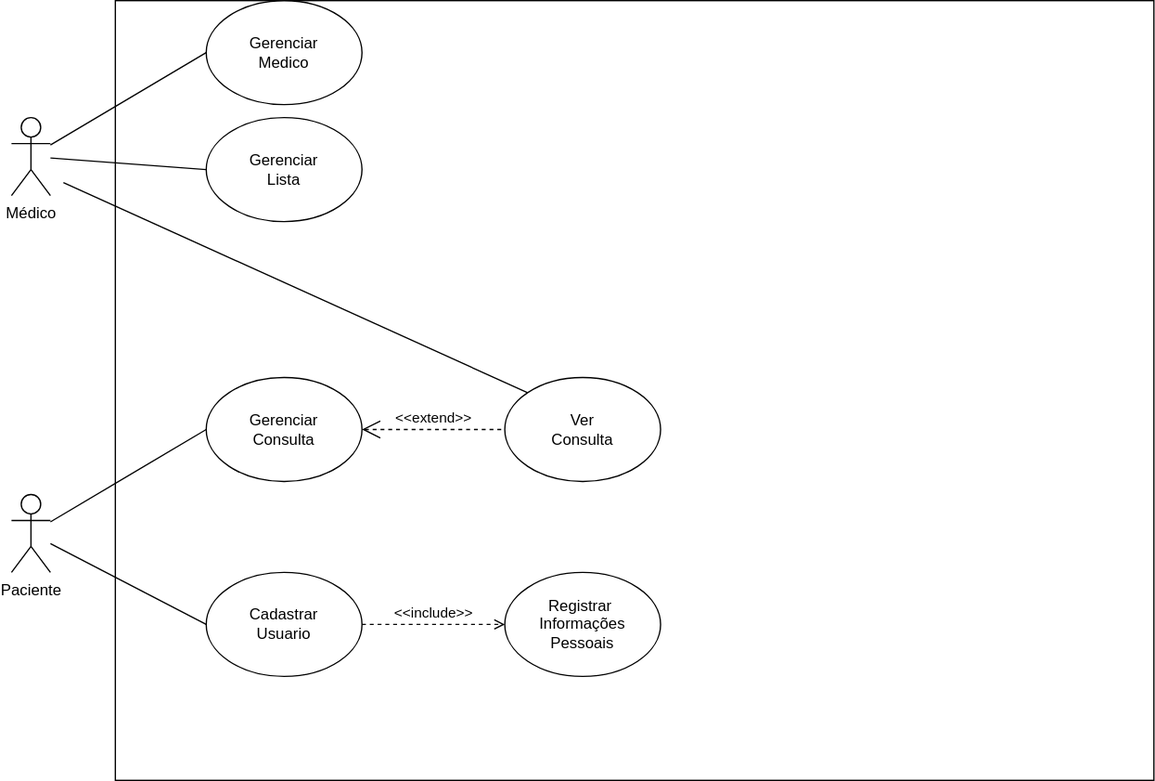
Above: Diagramas/CasosDeUso.svg in cassiovittori/Projeto_MPS (draw.io), before the change. Source tidied: cells renumbered, new cells last; positions are measured from the earlier drawing's top-left corner, leaving out a move shared by most shapes. Source of this version:
```xml
<mxGraphModel>
  <root>
    <mxCell id="0" />
    <mxCell id="1" parent="0" />
    <mxCell id="2" style="whiteSpace=wrap;html=1;" parent="1" vertex="1">
      <mxGeometry x="80" width="800" height="600" as="geometry" />
    </mxCell>
    <mxCell id="3" value="Médico" style="shape=umlActor;verticalLabelPosition=bottom;verticalAlign=top;html=1;outlineConnect=0;" parent="1" vertex="1">
      <mxGeometry y="90" width="30" height="60" as="geometry" />
    </mxCell>
    <mxCell id="4" value="Gerenciar&lt;div&gt;Medico&lt;/div&gt;" style="ellipse;whiteSpace=wrap;html=1;" parent="1" vertex="1">
      <mxGeometry x="150" width="120" height="80" as="geometry" />
    </mxCell>
    <mxCell id="5" style="endArrow=none;html=1;rounded=0;entryX=0;entryY=0.5;entryDx=0;entryDy=0;" parent="1" edge="1" source="3" target="4">
      <mxGeometry relative="1" as="geometry" />
    </mxCell>
    <mxCell id="6" value="&lt;div&gt;Paciente&lt;/div&gt;" style="shape=umlActor;verticalLabelPosition=bottom;verticalAlign=top;html=1;outlineConnect=0;" parent="1" vertex="1">
      <mxGeometry y="380" width="30" height="60" as="geometry" />
    </mxCell>
    <mxCell id="7" value="Cadastrar&lt;div&gt;Usuario&lt;/div&gt;" style="ellipse;whiteSpace=wrap;html=1;" parent="1" vertex="1">
      <mxGeometry x="150" y="440" width="120" height="80" as="geometry" />
    </mxCell>
    <mxCell id="8" style="endArrow=none;html=1;rounded=0;entryX=0;entryY=0.5;entryDx=0;entryDy=0;" parent="1" edge="1" source="6" target="7">
      <mxGeometry relative="1" as="geometry" />
    </mxCell>
    <mxCell id="9" value="Gerenciar&lt;div&gt;Lista&lt;/div&gt;" style="ellipse;whiteSpace=wrap;html=1;" parent="1" vertex="1">
      <mxGeometry x="150" y="90" width="120" height="80" as="geometry" />
    </mxCell>
    <mxCell id="10" value="Registrar&amp;nbsp;&lt;div&gt;Informações&lt;/div&gt;&lt;div&gt;Pessoais&lt;/div&gt;" style="ellipse;whiteSpace=wrap;html=1;" parent="1" vertex="1">
      <mxGeometry x="380" y="440" width="120" height="80" as="geometry" />
    </mxCell>
    <mxCell id="11" value="Gerenciar&lt;div&gt;Consulta&lt;/div&gt;" style="ellipse;whiteSpace=wrap;html=1;" parent="1" vertex="1">
      <mxGeometry x="150" y="290" width="120" height="80" as="geometry" />
    </mxCell>
    <mxCell id="12" style="endArrow=none;html=1;rounded=0;entryX=0;entryY=0.5;entryDx=0;entryDy=0;" parent="1" edge="1" source="6" target="11">
      <mxGeometry relative="1" as="geometry" />
    </mxCell>
    <mxCell id="13" style="endArrow=none;html=1;rounded=0;entryX=0;entryY=0.5;entryDx=0;entryDy=0;" parent="1" edge="1" source="3" target="9">
      <mxGeometry relative="1" as="geometry" />
    </mxCell>
    <mxCell id="14" value="&amp;lt;&amp;lt;include&amp;gt;&amp;gt;" style="html=1;verticalAlign=bottom;labelBackgroundColor=none;endArrow=open;endFill=0;dashed=1;rounded=0;exitX=1;exitY=0.5;exitDx=0;exitDy=0;entryX=0;entryY=0.5;entryDx=0;entryDy=0;" parent="1" edge="1" source="7" target="10">
      <mxGeometry relative="1" as="geometry" />
    </mxCell>
    <mxCell id="15" value="Ver&lt;div&gt;Consulta&lt;/div&gt;" style="ellipse;whiteSpace=wrap;html=1;" parent="1" vertex="1">
      <mxGeometry x="380" y="290" width="120" height="80" as="geometry" />
    </mxCell>
    <mxCell id="16" value="&amp;lt;&amp;lt;extend&amp;gt;&amp;gt;" style="edgeStyle=none;html=1;startArrow=open;endArrow=none;startSize=12;verticalAlign=bottom;dashed=1;labelBackgroundColor=none;rounded=0;" parent="1" edge="1">
      <mxGeometry relative="1" as="geometry">
        <mxPoint x="270" y="330" as="sourcePoint" />
        <mxPoint x="380" y="330" as="targetPoint" />
      </mxGeometry>
    </mxCell>
    <mxCell id="17" style="endArrow=none;html=1;rounded=0;entryX=0;entryY=0;entryDx=0;entryDy=0;" parent="1" edge="1" target="15">
      <mxGeometry relative="1" as="geometry">
        <mxPoint x="40" y="140" as="sourcePoint" />
      </mxGeometry>
    </mxCell>
  </root>
</mxGraphModel>
```
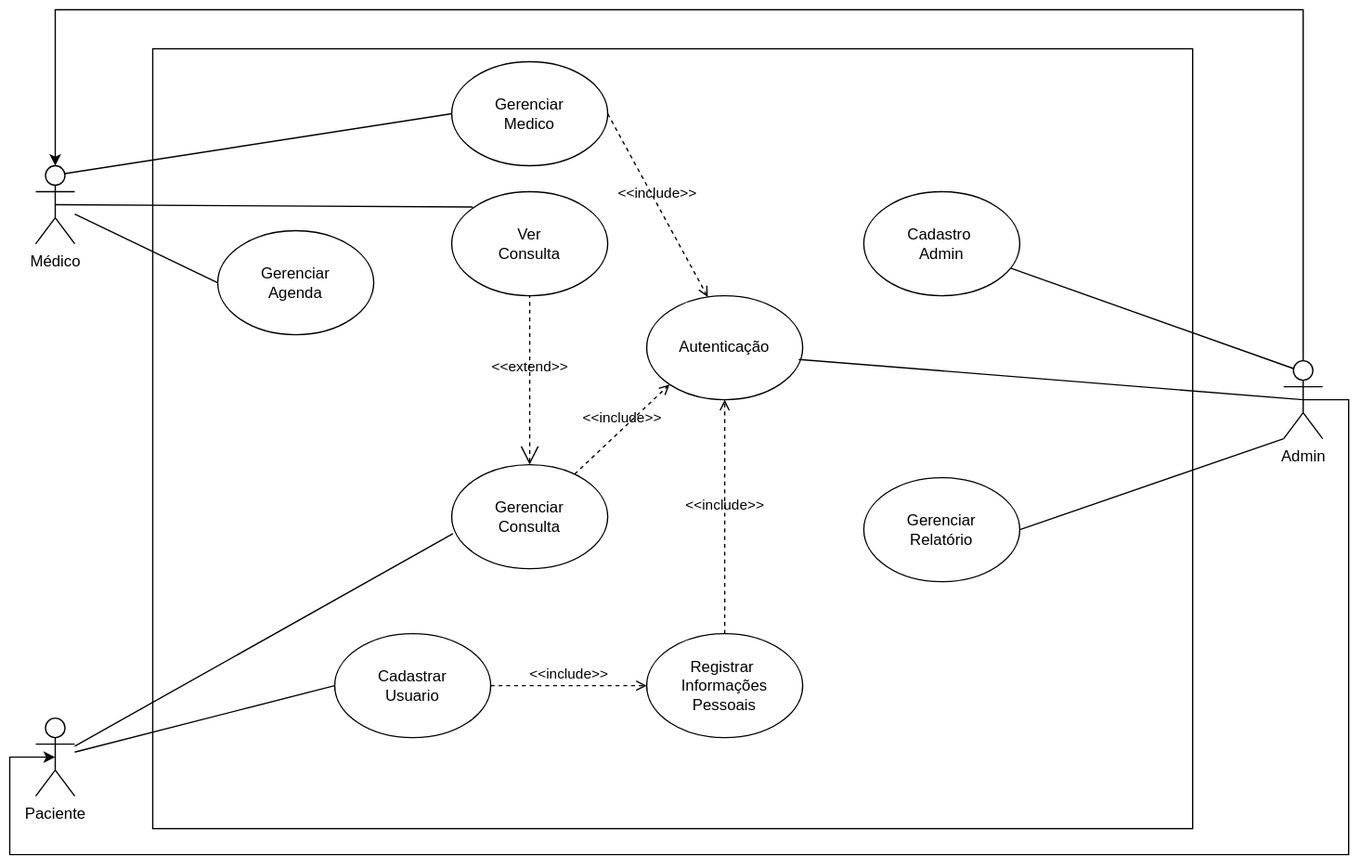
The same diagram one commit later.

Commit message:
Atualização Diagramas

What changed in the source:
```diff
@@ -3,36 +3,36 @@
     <mxCell id="0" />
     <mxCell id="1" parent="0" />
     <mxCell id="2" style="whiteSpace=wrap;html=1;" parent="1" vertex="1">
-      <mxGeometry x="80" width="800" height="600" as="geometry" />
+      <mxGeometry x="90" y="240" width="800" height="600" as="geometry" />
     </mxCell>
     <mxCell id="3" value="Médico" style="shape=umlActor;verticalLabelPosition=bottom;verticalAlign=top;html=1;outlineConnect=0;" parent="1" vertex="1">
-      <mxGeometry y="90" width="30" height="60" as="geometry" />
+      <mxGeometry y="330" width="30" height="60" as="geometry" />
     </mxCell>
     <mxCell id="4" value="Gerenciar&lt;div&gt;Medico&lt;/div&gt;" style="ellipse;whiteSpace=wrap;html=1;" parent="1" vertex="1">
-      <mxGeometry x="150" width="120" height="80" as="geometry" />
+      <mxGeometry x="320" y="250" width="120" height="80" as="geometry" />
     </mxCell>
-    <mxCell id="5" style="endArrow=none;html=1;rounded=0;entryX=0;entryY=0.5;entryDx=0;entryDy=0;" parent="1" edge="1" source="3" target="4">
+    <mxCell id="5" style="endArrow=none;html=1;rounded=0;entryX=0;entryY=0.5;entryDx=0;entryDy=0;exitX=0.75;exitY=0.1;exitDx=0;exitDy=0;exitPerimeter=0;" parent="1" edge="1" source="3" target="4">
       <mxGeometry relative="1" as="geometry" />
     </mxCell>
     <mxCell id="6" value="&lt;div&gt;Paciente&lt;/div&gt;" style="shape=umlActor;verticalLabelPosition=bottom;verticalAlign=top;html=1;outlineConnect=0;" parent="1" vertex="1">
-      <mxGeometry y="380" width="30" height="60" as="geometry" />
+      <mxGeometry y="755" width="30" height="60" as="geometry" />
     </mxCell>
     <mxCell id="7" value="Cadastrar&lt;div&gt;Usuario&lt;/div&gt;" style="ellipse;whiteSpace=wrap;html=1;" parent="1" vertex="1">
-      <mxGeometry x="150" y="440" width="120" height="80" as="geometry" />
+      <mxGeometry x="230" y="690" width="120" height="80" as="geometry" />
     </mxCell>
     <mxCell id="8" style="endArrow=none;html=1;rounded=0;entryX=0;entryY=0.5;entryDx=0;entryDy=0;" parent="1" edge="1" source="6" target="7">
       <mxGeometry relative="1" as="geometry" />
     </mxCell>
-    <mxCell id="9" value="Gerenciar&lt;div&gt;Lista&lt;/div&gt;" style="ellipse;whiteSpace=wrap;html=1;" parent="1" vertex="1">
-      <mxGeometry x="150" y="90" width="120" height="80" as="geometry" />
+    <mxCell id="9" value="Gerenciar&lt;div&gt;Agenda&lt;/div&gt;" style="ellipse;whiteSpace=wrap;html=1;" parent="1" vertex="1">
+      <mxGeometry x="140" y="380" width="120" height="80" as="geometry" />
     </mxCell>
     <mxCell id="10" value="Registrar&amp;nbsp;&lt;div&gt;Informações&lt;/div&gt;&lt;div&gt;Pessoais&lt;/div&gt;" style="ellipse;whiteSpace=wrap;html=1;" parent="1" vertex="1">
-      <mxGeometry x="380" y="440" width="120" height="80" as="geometry" />
+      <mxGeometry x="470" y="690" width="120" height="80" as="geometry" />
     </mxCell>
     <mxCell id="11" value="Gerenciar&lt;div&gt;Consulta&lt;/div&gt;" style="ellipse;whiteSpace=wrap;html=1;" parent="1" vertex="1">
-      <mxGeometry x="150" y="290" width="120" height="80" as="geometry" />
+      <mxGeometry x="320" y="560" width="120" height="80" as="geometry" />
     </mxCell>
-    <mxCell id="12" style="endArrow=none;html=1;rounded=0;entryX=0;entryY=0.5;entryDx=0;entryDy=0;" parent="1" edge="1" source="6" target="11">
+    <mxCell id="12" style="endArrow=none;html=1;rounded=0;entryX=0.008;entryY=0.663;entryDx=0;entryDy=0;entryPerimeter=0;" parent="1" edge="1" source="6" target="11">
       <mxGeometry relative="1" as="geometry" />
     </mxCell>
     <mxCell id="13" style="endArrow=none;html=1;rounded=0;entryX=0;entryY=0.5;entryDx=0;entryDy=0;" parent="1" edge="1" source="3" target="9">
@@ -42,18 +42,67 @@
       <mxGeometry relative="1" as="geometry" />
     </mxCell>
     <mxCell id="15" value="Ver&lt;div&gt;Consulta&lt;/div&gt;" style="ellipse;whiteSpace=wrap;html=1;" parent="1" vertex="1">
-      <mxGeometry x="380" y="290" width="120" height="80" as="geometry" />
+      <mxGeometry x="320" y="350" width="120" height="80" as="geometry" />
     </mxCell>
-    <mxCell id="16" value="&amp;lt;&amp;lt;extend&amp;gt;&amp;gt;" style="edgeStyle=none;html=1;startArrow=open;endArrow=none;startSize=12;verticalAlign=bottom;dashed=1;labelBackgroundColor=none;rounded=0;" parent="1" edge="1">
-      <mxGeometry relative="1" as="geometry">
-        <mxPoint x="270" y="330" as="sourcePoint" />
-        <mxPoint x="380" y="330" as="targetPoint" />
-      </mxGeometry>
+    <mxCell id="16" value="&amp;lt;&amp;lt;extend&amp;gt;&amp;gt;" style="edgeStyle=none;html=1;startArrow=open;endArrow=none;startSize=12;verticalAlign=bottom;dashed=1;labelBackgroundColor=none;rounded=0;" parent="1" edge="1" source="11" target="15">
+      <mxGeometry relative="1" as="geometry" />
     </mxCell>
-    <mxCell id="17" style="endArrow=none;html=1;rounded=0;entryX=0;entryY=0;entryDx=0;entryDy=0;" parent="1" edge="1" target="15">
-      <mxGeometry relative="1" as="geometry">
-        <mxPoint x="40" y="140" as="sourcePoint" />
-      </mxGeometry>
+    <mxCell id="17" style="endArrow=none;html=1;rounded=0;entryX=0;entryY=0;entryDx=0;entryDy=0;exitX=0.5;exitY=0.5;exitDx=0;exitDy=0;exitPerimeter=0;" parent="1" edge="1" source="3" target="15">
+      <mxGeometry relative="1" as="geometry" />
     </mxCell>
+    <mxCell id="18" value="Admin" style="shape=umlActor;verticalLabelPosition=bottom;verticalAlign=top;html=1;outlineConnect=0;" parent="1" vertex="1">
+      <mxGeometry x="960" y="480" width="30" height="60" as="geometry" />
+    </mxCell>
+    <mxCell id="19" value="Cadastro&amp;nbsp;&lt;div&gt;Admin&lt;/div&gt;" style="ellipse;whiteSpace=wrap;html=1;" parent="1" vertex="1">
+      <mxGeometry x="637" y="350" width="120" height="80" as="geometry" />
+    </mxCell>
+    <mxCell id="20" style="endArrow=none;html=1;rounded=0;entryX=0.25;entryY=0.1;entryDx=0;entryDy=0;entryPerimeter=0;" parent="1" edge="1" source="19" target="18">
+      <mxGeometry relative="1" as="geometry" />
+    </mxCell>
+    <mxCell id="21" value="Gerenciar&lt;div&gt;Relatório&lt;/div&gt;" style="ellipse;whiteSpace=wrap;html=1;" parent="1" vertex="1">
+      <mxGeometry x="637" y="570" width="120" height="80" as="geometry" />
+    </mxCell>
+    <mxCell id="22" style="endArrow=none;html=1;rounded=0;entryX=1;entryY=0.5;entryDx=0;entryDy=0;exitX=0;exitY=1;exitDx=0;exitDy=0;exitPerimeter=0;" parent="1" edge="1" source="18" target="21">
+      <mxGeometry relative="1" as="geometry" />
+    </mxCell>
+    <mxCell id="23" value="Autenticação" style="ellipse;whiteSpace=wrap;html=1;" parent="1" vertex="1">
+      <mxGeometry x="470" y="430" width="120" height="80" as="geometry" />
+    </mxCell>
+    <mxCell id="24" value="&amp;lt;&amp;lt;include&amp;gt;&amp;gt;" style="html=1;verticalAlign=bottom;labelBackgroundColor=none;endArrow=open;endFill=0;dashed=1;rounded=0;entryX=0;entryY=1;entryDx=0;entryDy=0;" parent="1" edge="1" source="11" target="23">
+      <mxGeometry relative="1" as="geometry" />
+    </mxCell>
+    <mxCell id="25" style="endArrow=none;html=1;rounded=0;exitX=0.975;exitY=0.613;exitDx=0;exitDy=0;exitPerimeter=0;entryX=0.5;entryY=0.5;entryDx=0;entryDy=0;entryPerimeter=0;" parent="1" edge="1" source="23" target="18">
+      <mxGeometry relative="1" as="geometry" />
+    </mxCell>
+    <mxCell id="26" value="&amp;lt;&amp;lt;include&amp;gt;&amp;gt;" style="html=1;verticalAlign=bottom;labelBackgroundColor=none;endArrow=open;endFill=0;dashed=1;rounded=0;exitX=0.5;exitY=0;exitDx=0;exitDy=0;entryX=0.5;entryY=1;entryDx=0;entryDy=0;" parent="1" edge="1" source="10" target="23">
+      <mxGeometry relative="1" as="geometry" />
+    </mxCell>
+    <mxCell id="27" value="&amp;lt;&amp;lt;include&amp;gt;&amp;gt;" style="html=1;verticalAlign=bottom;labelBackgroundColor=none;endArrow=open;endFill=0;dashed=1;rounded=0;exitX=1;exitY=0.5;exitDx=0;exitDy=0;entryX=0.392;entryY=0.013;entryDx=0;entryDy=0;entryPerimeter=0;" parent="1" edge="1" source="4" target="23">
+      <mxGeometry relative="1" as="geometry" />
+    </mxCell>
+    <mxCell id="28" style="endArrow=classic;html=1;rounded=0;entryX=0.5;entryY=0;entryDx=0;entryDy=0;entryPerimeter=0;exitX=0.5;exitY=0;exitDx=0;exitDy=0;exitPerimeter=0;" parent="1" edge="1" source="18" target="3">
+      <mxGeometry relative="1" as="geometry">
+        <Array as="points">
+          <mxPoint x="975" y="210" />
+          <mxPoint x="15" y="210" />
+        </Array>
+      </mxGeometry>
+    </mxCell>
+    <mxCell id="29" style="endArrow=classic;html=1;rounded=0;entryX=0.5;entryY=0.5;entryDx=0;entryDy=0;entryPerimeter=0;exitX=0.5;exitY=0.5;exitDx=0;exitDy=0;exitPerimeter=0;" parent="1" edge="1" source="18" target="6">
+      <mxGeometry relative="1" as="geometry">
+        <Array as="points">
+          <mxPoint x="1010" y="510" />
+          <mxPoint x="1010" y="860" />
+          <mxPoint x="970" y="860" />
+          <mxPoint x="860" y="860" />
+          <mxPoint x="730" y="860" />
+          <mxPoint x="500" y="860" />
+          <mxPoint x="230" y="860" />
+          <mxPoint x="100" y="860" />
+          <mxPoint x="-20" y="860" />
+          <mxPoint x="-20" y="785" />
+        </Array>
+      </mxGeometry>
+    </mxCell>
   </root>
 </mxGraphModel>
```
